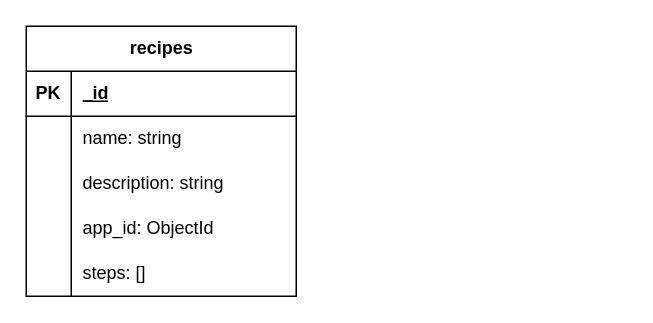
The draw.io diagram documentation/recipe_chooser.drawio in Espuga/recipe_selector, before the edit. Source tidied: cells renumbered, new cells numbered last; positions are measured from the earlier drawing's top-left corner, leaving out a move shared by most shapes. Both pictures are drawn from the tidied source at 150%, with x=0, y=0 at pixel (26, 26).
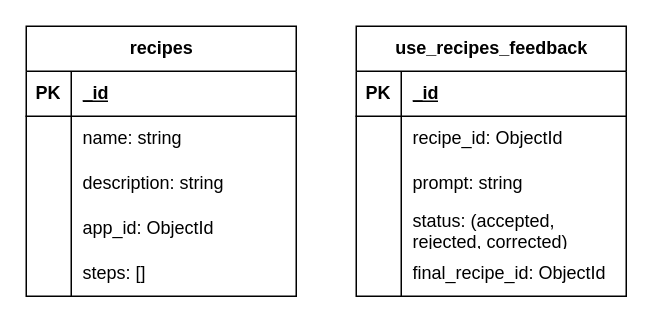
Above is the later version.

Commit message (it also covers changes not shown here):
save feedback into mongodb

The edit, as a diff of the source:
```diff
@@
+    <mxCell id="18" value="use_recipes_feedback" style="shape=table;startSize=30;childLayout=tableLayout;rowLines=0;fontStyle=1;align=center;html=1;" parent="1" vertex="1">
+      <mxGeometry x="220" width="180" height="180" as="geometry" />
+    </mxCell>
+    <mxCell id="19" style="shape=tableRow;horizontal=0;startSize=0;swimlaneHead=0;swimlaneBody=0;fillColor=none;top=0;left=0;right=0;bottom=1;" parent="18" vertex="1">
+      <mxGeometry y="30" width="180" height="30" as="geometry" />
+    </mxCell>
+    <mxCell id="20" value="PK" style="shape=partialRectangle;fillColor=none;top=0;left=0;bottom=0;right=0;fontStyle=1;overflow=hidden;whiteSpace=wrap;html=1;" parent="19" vertex="1">
+      <mxGeometry width="30" height="30" as="geometry" />
+    </mxCell>
+    <mxCell id="21" value="_id" style="shape=partialRectangle;fillColor=none;top=0;left=0;bottom=0;right=0;align=left;spacingLeft=6;fontStyle=5;overflow=hidden;whiteSpace=wrap;html=1;" parent="19" vertex="1">
+      <mxGeometry x="30" width="150" height="30" as="geometry" />
+    </mxCell>
+    <mxCell id="22" style="shape=tableRow;horizontal=0;startSize=0;swimlaneHead=0;swimlaneBody=0;fillColor=none;top=0;left=0;right=0;bottom=0;" parent="18" vertex="1">
+      <mxGeometry y="60" width="180" height="30" as="geometry" />
+    </mxCell>
+    <mxCell id="23" style="shape=partialRectangle;fillColor=none;top=0;left=0;bottom=0;right=0;overflow=hidden;whiteSpace=wrap;html=1;" parent="22" vertex="1">
+      <mxGeometry width="30" height="30" as="geometry" />
+    </mxCell>
+    <mxCell id="24" value="recipe_id: ObjectId" style="shape=partialRectangle;fillColor=none;top=0;left=0;bottom=0;right=0;align=left;spacingLeft=6;overflow=hidden;whiteSpace=wrap;html=1;" parent="22" vertex="1">
+      <mxGeometry x="30" width="150" height="30" as="geometry" />
+    </mxCell>
+    <mxCell id="25" style="shape=tableRow;horizontal=0;startSize=0;swimlaneHead=0;swimlaneBody=0;fillColor=none;top=0;left=0;right=0;bottom=0;" parent="18" vertex="1">
+      <mxGeometry y="90" width="180" height="30" as="geometry" />
+    </mxCell>
+    <mxCell id="26" style="shape=partialRectangle;fillColor=none;top=0;left=0;bottom=0;right=0;overflow=hidden;whiteSpace=wrap;html=1;" parent="25" vertex="1">
+      <mxGeometry width="30" height="30" as="geometry" />
+    </mxCell>
+    <mxCell id="27" value="prompt: string" style="shape=partialRectangle;fillColor=none;top=0;left=0;bottom=0;right=0;align=left;spacingLeft=6;overflow=hidden;whiteSpace=wrap;html=1;" parent="25" vertex="1">
+      <mxGeometry x="30" width="150" height="30" as="geometry" />
+    </mxCell>
+    <mxCell id="28" style="shape=tableRow;horizontal=0;startSize=0;swimlaneHead=0;swimlaneBody=0;fillColor=none;top=0;left=0;right=0;bottom=0;" parent="18" vertex="1">
+      <mxGeometry y="120" width="180" height="30" as="geometry" />
+    </mxCell>
+    <mxCell id="29" style="shape=partialRectangle;fillColor=none;top=0;left=0;bottom=0;right=0;overflow=hidden;whiteSpace=wrap;html=1;" parent="28" vertex="1">
+      <mxGeometry width="30" height="30" as="geometry" />
+    </mxCell>
+    <mxCell id="30" value="status: (accepted, rejected, corrected)" style="shape=partialRectangle;fillColor=none;top=0;left=0;bottom=0;right=0;align=left;spacingLeft=6;overflow=hidden;whiteSpace=wrap;html=1;" parent="28" vertex="1">
+      <mxGeometry x="30" width="150" height="30" as="geometry" />
+    </mxCell>
+    <mxCell id="31" style="shape=tableRow;horizontal=0;startSize=0;swimlaneHead=0;swimlaneBody=0;fillColor=none;top=0;left=0;right=0;bottom=0;" parent="18" vertex="1">
+      <mxGeometry y="150" width="180" height="30" as="geometry" />
+    </mxCell>
+    <mxCell id="32" style="shape=partialRectangle;fillColor=none;top=0;left=0;bottom=0;right=0;overflow=hidden;whiteSpace=wrap;html=1;" parent="31" vertex="1">
+      <mxGeometry width="30" height="30" as="geometry" />
+    </mxCell>
+    <mxCell id="33" value="final_recipe_id: ObjectId" style="shape=partialRectangle;fillColor=none;top=0;left=0;bottom=0;right=0;align=left;spacingLeft=6;overflow=hidden;whiteSpace=wrap;html=1;" parent="31" vertex="1">
+      <mxGeometry x="30" width="150" height="30" as="geometry" />
+    </mxCell>
```
